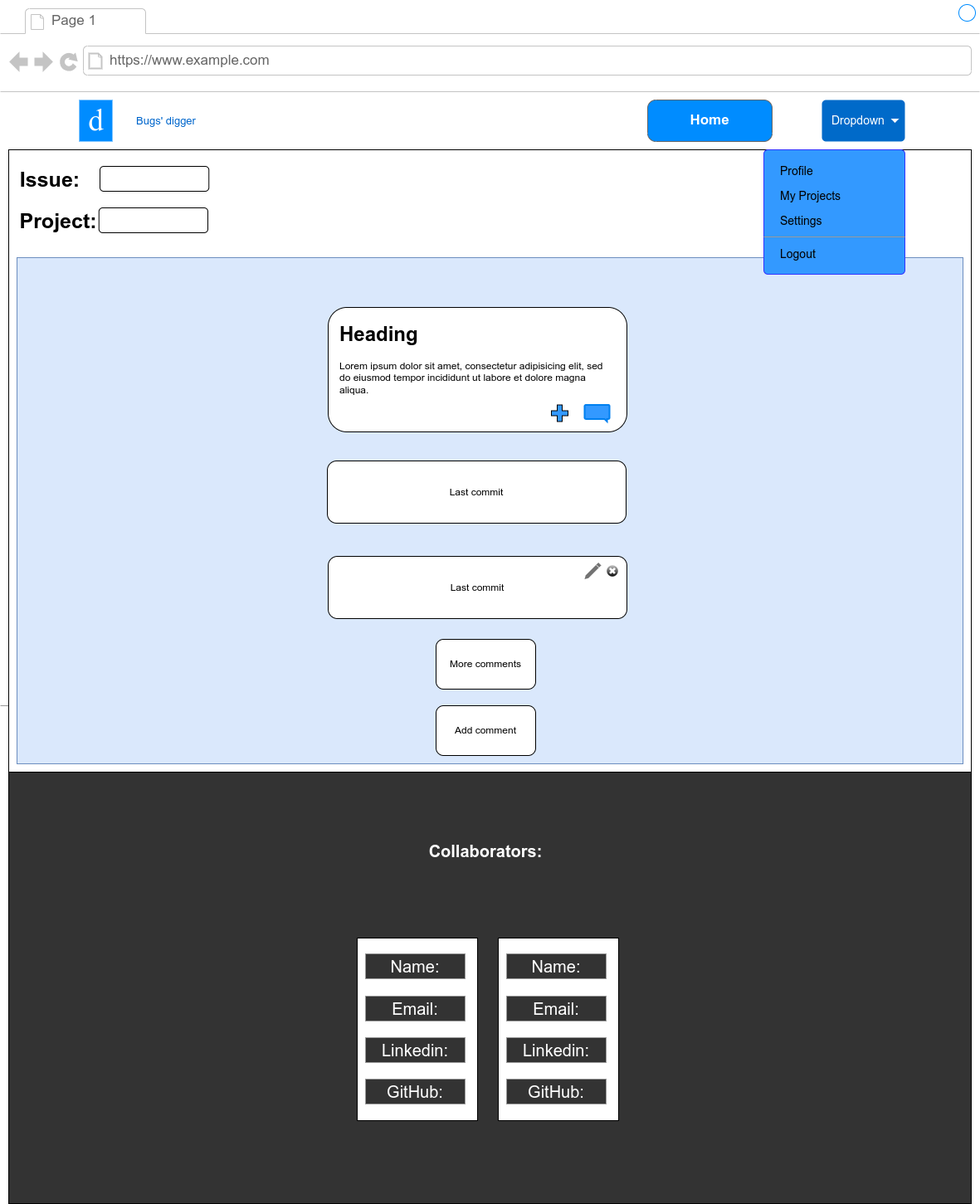
Before: documentation/wireframes/issue_page.png, a diagram exported from draw.io (IuliiaKonovalova/issue_tracker). Source tidied: cells renumbered, new cells last; positions are measured from the earlier drawing's top-left corner, leaving out a move shared by most shapes.
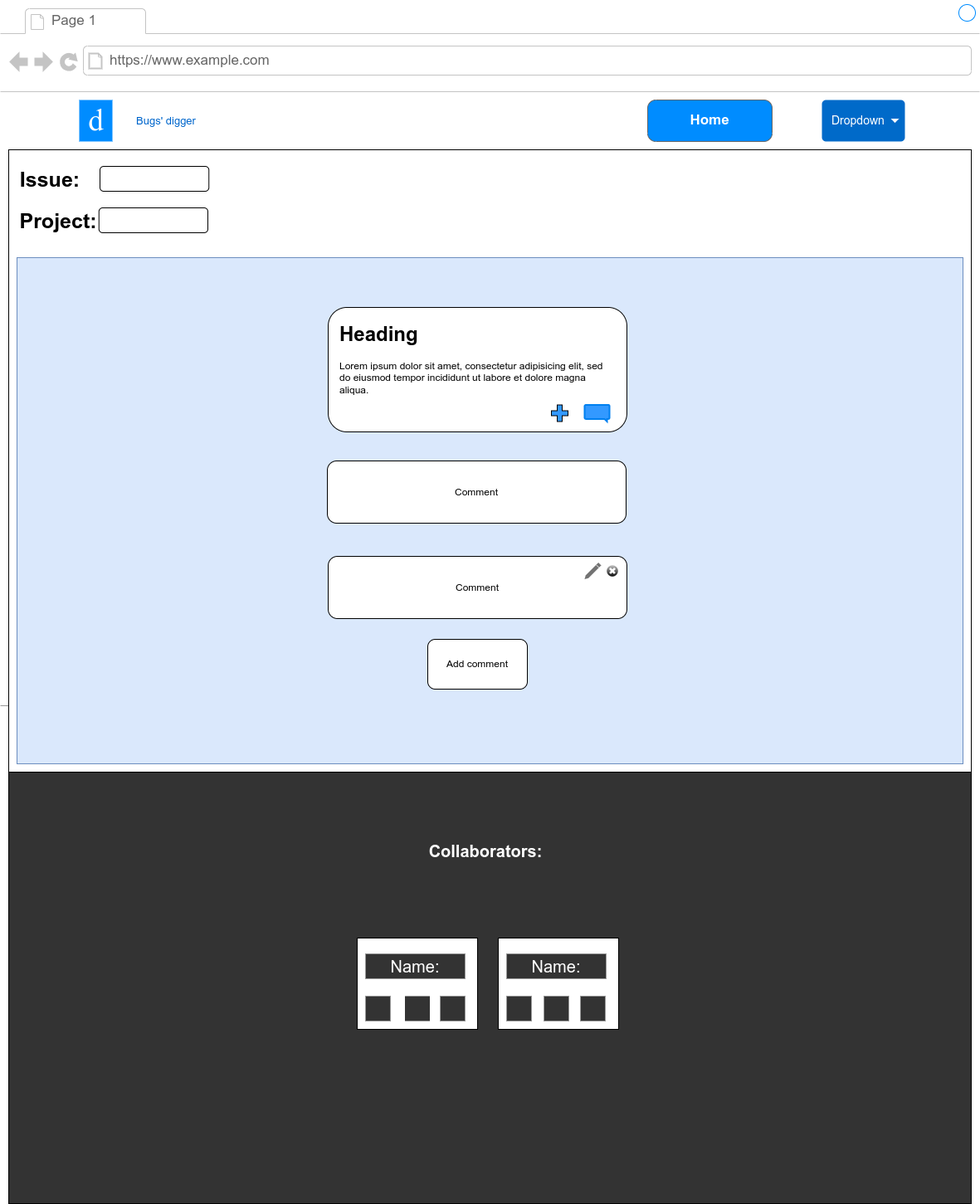
Later version of the same file.

The edit, as a diff of the source:
```diff
@@ -21,7 +21,7 @@
       <mxGeometry y="840" width="1150" height="20" as="geometry" />
     </mxCell>
     <mxCell id="8" style="shape=rect;fillColor=#ffffff;strokeColor=#000000;shadow=0;fontSize=13;fontColor=#0066CC;" parent="2" vertex="1">
-      <mxGeometry x="430" y="1130" width="145" height="220" as="geometry" />
+      <mxGeometry x="430" y="1130" width="145" height="110" as="geometry" />
     </mxCell>
     <mxCell id="9" value="d" style="text;html=1;align=center;verticalAlign=middle;fontSize=37;fontFamily=Tahoma;fillColor=#008CFF;fontColor=#FFFFFF;" parent="2" vertex="1">
       <mxGeometry x="95" y="120" width="40" height="50" as="geometry" />
@@ -41,30 +41,12 @@
     <mxCell id="14" value="Name:" style="text;html=1;strokeColor=none;fillColor=#333333;align=center;verticalAlign=middle;whiteSpace=wrap;rounded=0;fontSize=20;fontColor=#FFFFFF;" parent="2" vertex="1">
       <mxGeometry x="440" y="1149" width="120" height="30" as="geometry" />
     </mxCell>
-    <mxCell id="15" value="Email:" style="text;html=1;strokeColor=none;fillColor=#333333;align=center;verticalAlign=middle;whiteSpace=wrap;rounded=0;fontSize=20;fontColor=#FFFFFF;" parent="2" vertex="1">
-      <mxGeometry x="440" y="1200" width="120" height="30" as="geometry" />
-    </mxCell>
-    <mxCell id="16" value="Linkedin:" style="text;html=1;strokeColor=none;fillColor=#333333;align=center;verticalAlign=middle;whiteSpace=wrap;rounded=0;fontSize=20;fontColor=#FFFFFF;" parent="2" vertex="1">
-      <mxGeometry x="440" y="1250" width="120" height="30" as="geometry" />
-    </mxCell>
-    <mxCell id="17" value="GitHub:" style="text;html=1;strokeColor=none;fillColor=#333333;align=center;verticalAlign=middle;whiteSpace=wrap;rounded=0;fontSize=20;fontColor=#FFFFFF;" parent="2" vertex="1">
-      <mxGeometry x="440" y="1300" width="120" height="30" as="geometry" />
-    </mxCell>
     <mxCell id="18" style="shape=rect;fillColor=#ffffff;strokeColor=#000000;shadow=0;fontSize=13;fontColor=#0066CC;" parent="2" vertex="1">
-      <mxGeometry x="600" y="1130" width="145" height="220" as="geometry" />
+      <mxGeometry x="600" y="1130" width="145" height="110" as="geometry" />
     </mxCell>
     <mxCell id="19" value="Name:" style="text;html=1;strokeColor=none;fillColor=#333333;align=center;verticalAlign=middle;whiteSpace=wrap;rounded=0;fontSize=20;fontColor=#FFFFFF;" parent="2" vertex="1">
       <mxGeometry x="610" y="1149" width="120" height="30" as="geometry" />
     </mxCell>
-    <mxCell id="20" value="Email:" style="text;html=1;strokeColor=none;fillColor=#333333;align=center;verticalAlign=middle;whiteSpace=wrap;rounded=0;fontSize=20;fontColor=#FFFFFF;" parent="2" vertex="1">
-      <mxGeometry x="610" y="1200" width="120" height="30" as="geometry" />
-    </mxCell>
-    <mxCell id="21" value="Linkedin:" style="text;html=1;strokeColor=none;fillColor=#333333;align=center;verticalAlign=middle;whiteSpace=wrap;rounded=0;fontSize=20;fontColor=#FFFFFF;" parent="2" vertex="1">
-      <mxGeometry x="610" y="1250" width="120" height="30" as="geometry" />
-    </mxCell>
-    <mxCell id="22" value="GitHub:" style="text;html=1;strokeColor=none;fillColor=#333333;align=center;verticalAlign=middle;whiteSpace=wrap;rounded=0;fontSize=20;fontColor=#FFFFFF;" parent="2" vertex="1">
-      <mxGeometry x="610" y="1300" width="120" height="30" as="geometry" />
-    </mxCell>
     <mxCell id="23" value="Dropdown" style="html=1;shadow=0;dashed=0;shape=mxgraph.bootstrap.rrect;rSize=5;strokeColor=none;strokeWidth=1;fillColor=#006AC9;fontColor=#ffffff;whiteSpace=wrap;align=left;verticalAlign=middle;fontStyle=0;fontSize=14;spacingLeft=10;" parent="2" vertex="1">
       <mxGeometry x="990" y="120" width="100" height="50" as="geometry" />
     </mxCell>
@@ -97,49 +79,38 @@
     <mxCell id="32" style="rounded=1;whiteSpace=wrap;html=1;" parent="2" vertex="1">
       <mxGeometry x="118.8" y="250" width="131.2" height="30" as="geometry" />
     </mxCell>
-    <mxCell id="33" value="Last commit" style="rounded=1;whiteSpace=wrap;html=1;" parent="2" vertex="1">
+    <mxCell id="33" value="Comment" style="rounded=1;whiteSpace=wrap;html=1;" parent="2" vertex="1">
       <mxGeometry x="394" y="555" width="360" height="75" as="geometry" />
     </mxCell>
-    <mxCell id="34" value="Last commit" style="rounded=1;whiteSpace=wrap;html=1;" parent="2" vertex="1">
+    <mxCell id="34" value="Comment" style="rounded=1;whiteSpace=wrap;html=1;" parent="2" vertex="1">
       <mxGeometry x="395" y="670" width="360" height="75" as="geometry" />
     </mxCell>
-    <mxCell id="35" value="More comments" style="rounded=1;whiteSpace=wrap;html=1;" parent="2" vertex="1">
-      <mxGeometry x="525" y="770" width="120" height="60" as="geometry" />
-    </mxCell>
     <mxCell id="36" value="Add comment" style="rounded=1;whiteSpace=wrap;html=1;" parent="2" vertex="1">
-      <mxGeometry x="525" y="850" width="120" height="60" as="geometry" />
+      <mxGeometry x="515" y="770" width="120" height="60" as="geometry" />
     </mxCell>
-    <mxCell id="37" style="html=1;shadow=0;dashed=0;shape=mxgraph.bootstrap.rrect;rSize=5;fillColor=#3399FF;strokeColor=#3333FF;" parent="2" vertex="1">
-      <mxGeometry x="920" y="180" width="170" height="150" as="geometry" />
-    </mxCell>
-    <mxCell id="38" value="Profile" style="fillColor=none;strokeColor=none;align=left;spacing=20;fontSize=14;" parent="37" vertex="1">
-      <mxGeometry width="170" height="30" relative="1" as="geometry">
-        <mxPoint y="10" as="offset" />
-      </mxGeometry>
-    </mxCell>
-    <mxCell id="39" value="My Projects" style="fillColor=none;strokeColor=none;align=left;spacing=20;fontSize=14;" parent="37" vertex="1">
-      <mxGeometry width="170" height="30" relative="1" as="geometry">
-        <mxPoint y="40" as="offset" />
-      </mxGeometry>
-    </mxCell>
-    <mxCell id="40" style="shape=line;strokeColor=#999999;perimeter=none;" parent="37" vertex="1">
-      <mxGeometry width="170" height="10" relative="1" as="geometry">
-        <mxPoint y="100" as="offset" />
-      </mxGeometry>
-    </mxCell>
-    <mxCell id="41" value="Logout" style="fillColor=none;strokeColor=none;align=left;spacing=20;fontSize=14;" parent="37" vertex="1">
-      <mxGeometry width="170" height="30" relative="1" as="geometry">
-        <mxPoint y="110" as="offset" />
-      </mxGeometry>
-    </mxCell>
-    <mxCell id="42" value="Settings" style="fillColor=none;strokeColor=none;align=left;spacing=20;fontSize=14;" parent="37" vertex="1">
-      <mxGeometry y="70" width="170" height="30" as="geometry" />
-    </mxCell>
     <mxCell id="43" style="dashed=0;verticalLabelPosition=bottom;verticalAlign=top;align=center;shape=mxgraph.gmdl.edit;strokeColor=none;fillColor=#737373;shadow=0;sketch=0;" parent="2" vertex="1">
       <mxGeometry x="704" y="677.5" width="20" height="20" as="geometry" />
     </mxCell>
     <mxCell id="44" style="verticalLabelPosition=bottom;verticalAlign=top;html=1;shadow=0;dashed=0;strokeWidth=1;shape=mxgraph.ios.iDeleteApp;fillColor=#cccccc;fillColor2=#000000;strokeColor=#ffffff;sketch=0;" parent="2" vertex="1">
       <mxGeometry x="730" y="680" width="15" height="15" as="geometry" />
     </mxCell>
+    <mxCell id="45" style="text;html=1;strokeColor=none;fillColor=#333333;align=center;verticalAlign=middle;whiteSpace=wrap;rounded=0;fontSize=20;fontColor=#FFFFFF;" parent="2" vertex="1">
+      <mxGeometry x="440" y="1200" width="30" height="30" as="geometry" />
+    </mxCell>
+    <mxCell id="46" style="text;html=1;strokeColor=none;fillColor=#333333;align=center;verticalAlign=middle;whiteSpace=wrap;rounded=0;fontSize=20;fontColor=#FFFFFF;" parent="2" vertex="1">
+      <mxGeometry x="530" y="1200" width="30" height="30" as="geometry" />
+    </mxCell>
+    <mxCell id="47" style="text;html=1;strokeColor=none;fillColor=#333333;align=center;verticalAlign=middle;whiteSpace=wrap;rounded=0;fontSize=20;fontColor=#FFFFFF;" parent="2" vertex="1">
+      <mxGeometry x="487.5" y="1200" width="30" height="30" as="geometry" />
+    </mxCell>
+    <mxCell id="48" style="text;html=1;strokeColor=none;fillColor=#333333;align=center;verticalAlign=middle;whiteSpace=wrap;rounded=0;fontSize=20;fontColor=#FFFFFF;" parent="2" vertex="1">
+      <mxGeometry x="610" y="1200" width="30" height="30" as="geometry" />
+    </mxCell>
+    <mxCell id="49" style="text;html=1;strokeColor=none;fillColor=#333333;align=center;verticalAlign=middle;whiteSpace=wrap;rounded=0;fontSize=20;fontColor=#FFFFFF;" parent="2" vertex="1">
+      <mxGeometry x="699" y="1200" width="30" height="30" as="geometry" />
+    </mxCell>
+    <mxCell id="50" style="text;html=1;strokeColor=none;fillColor=#333333;align=center;verticalAlign=middle;whiteSpace=wrap;rounded=0;fontSize=20;fontColor=#FFFFFF;" parent="2" vertex="1">
+      <mxGeometry x="655" y="1200" width="30" height="30" as="geometry" />
+    </mxCell>
   </root>
 </mxGraphModel>
```
